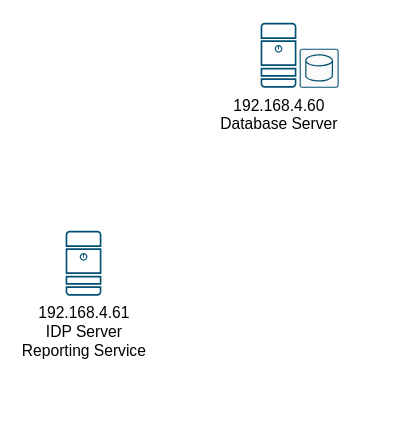
The draw.io diagram Untitled Diagram.drawio in osvcarign/charts, before the edit. Source tidied: cells renumbered, new cells numbered last; positions are measured from the earlier drawing's top-left corner, leaving out a move shared by most shapes. Both pictures are drawn from the tidied source at 130%, with x=0, y=0 at pixel (65, 22).
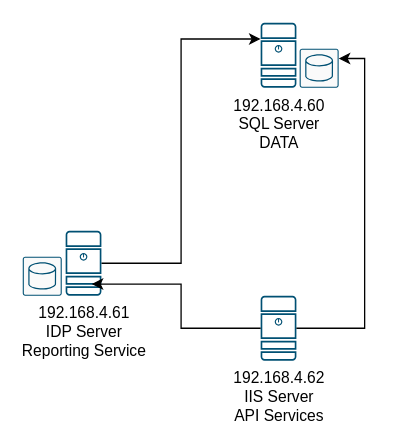
After the change.

Commit message:
IDP, Reporting Service y API Services

Change to the diagram source:
```diff
@@
 <mxGraphModel>
   <root>
     <mxCell id="0" />
     <mxCell id="1" parent="0" />
-    <mxCell id="2" value="192.168.4.61&lt;br&gt;&lt;div&gt;IDP Server&lt;/div&gt;&lt;div&gt;Reporting Service&lt;br&gt;&lt;/div&gt;" style="sketch=0;points=[[0.015,0.015,0],[0.985,0.015,0],[0.985,0.985,0],[0.015,0.985,0],[0.25,0,0],[0.5,0,0],[0.75,0,0],[1,0.25,0],[1,0.5,0],[1,0.75,0],[0.75,1,0],[0.5,1,0],[0.25,1,0],[0,0.75,0],[0,0.5,0],[0,0.25,0]];verticalLabelPosition=bottom;html=1;verticalAlign=top;align=center;shape=mxgraph.cisco19.server;fillColor=#005073;strokeColor=none;" parent="1" vertex="1">
-      <mxGeometry y="160" width="27.5" height="50" as="geometry" />
-    </mxCell>
     <mxCell id="3" style="group;" parent="1" vertex="1">
       <mxGeometry x="150" width="60" height="50" as="geometry" />
     </mxCell>
-    <mxCell id="4" value="192.168.4.60&lt;br&gt;&lt;div&gt;Database Server&lt;/div&gt;" style="sketch=0;points=[[0.015,0.015,0],[0.985,0.015,0],[0.985,0.985,0],[0.015,0.985,0],[0.25,0,0],[0.5,0,0],[0.75,0,0],[1,0.25,0],[1,0.5,0],[1,0.75,0],[0.75,1,0],[0.5,1,0],[0.25,1,0],[0,0.75,0],[0,0.5,0],[0,0.25,0]];verticalLabelPosition=bottom;html=1;verticalAlign=top;align=center;shape=mxgraph.cisco19.server;fillColor=#005073;strokeColor=none;" parent="3" vertex="1">
+    <mxCell id="4" value="192.168.4.60&lt;br&gt;&lt;div&gt;SQL Server&lt;/div&gt;&lt;div&gt;DATA&lt;br&gt;&lt;/div&gt;" style="sketch=0;points=[[0.015,0.015,0],[0.985,0.015,0],[0.985,0.985,0],[0.015,0.985,0],[0.25,0,0],[0.5,0,0],[0.75,0,0],[1,0.25,0],[1,0.5,0],[1,0.75,0],[0.75,1,0],[0.5,1,0],[0.25,1,0],[0,0.75,0],[0,0.5,0],[0,0.25,0]];verticalLabelPosition=bottom;html=1;verticalAlign=top;align=center;shape=mxgraph.cisco19.server;fillColor=#005073;strokeColor=none;" parent="3" vertex="1">
       <mxGeometry width="27.5" height="50" as="geometry" />
     </mxCell>
     <mxCell id="5" style="sketch=0;points=[[0.015,0.015,0],[0.985,0.015,0],[0.985,0.985,0],[0.015,0.985,0],[0.25,0,0],[0.5,0,0],[0.75,0,0],[1,0.25,0],[1,0.5,0],[1,0.75,0],[0.75,1,0],[0.5,1,0],[0.25,1,0],[0,0.75,0],[0,0.5,0],[0,0.25,0]];verticalLabelPosition=bottom;html=1;verticalAlign=top;align=center;shape=mxgraph.cisco19.rect;prIcon=database_relational;fillColor=#FAFAFA;strokeColor=#005073;" parent="3" vertex="1">
       <mxGeometry x="30" y="20" width="30" height="30" as="geometry" />
     </mxCell>
+    <mxCell id="6" style="edgeStyle=orthogonalEdgeStyle;rounded=0;jettySize=auto;html=1;entryX=0;entryY=0.25;entryDx=0;entryDy=0;entryPerimeter=0;" parent="1" edge="1" source="2" target="4">
+      <mxGeometry relative="1" as="geometry" />
+    </mxCell>
+    <mxCell id="7" style="group;" parent="1" vertex="1">
+      <mxGeometry x="-30" y="160" width="57.5" height="50" as="geometry" />
+    </mxCell>
+    <mxCell id="2" value="192.168.4.61&lt;br&gt;&lt;div&gt;IDP Server&lt;/div&gt;&lt;div&gt;Reporting Service&lt;br&gt;&lt;/div&gt;" style="sketch=0;points=[[0.015,0.015,0],[0.985,0.015,0],[0.985,0.985,0],[0.015,0.985,0],[0.25,0,0],[0.5,0,0],[0.75,0,0],[1,0.25,0],[1,0.5,0],[1,0.75,0],[0.75,1,0],[0.5,1,0],[0.25,1,0],[0,0.75,0],[0,0.5,0],[0,0.25,0]];verticalLabelPosition=bottom;html=1;verticalAlign=top;align=center;shape=mxgraph.cisco19.server;fillColor=#005073;strokeColor=none;" parent="7" vertex="1">
+      <mxGeometry x="30" width="27.5" height="50" as="geometry" />
+    </mxCell>
+    <mxCell id="8" style="sketch=0;verticalLabelPosition=bottom;html=1;verticalAlign=top;align=center;shape=mxgraph.cisco19.rect;prIcon=database_relational;fillColor=#FAFAFA;strokeColor=#005073;" parent="7" vertex="1">
+      <mxGeometry x="-3" y="20" width="30" height="30" as="geometry" />
+    </mxCell>
+    <mxCell id="9" value="192.168.4.62&lt;br&gt;&lt;div&gt;IIS Server&lt;br&gt;&lt;/div&gt;&lt;div&gt;API Services&lt;/div&gt;" style="sketch=0;points=[[0.015,0.015,0],[0.985,0.015,0],[0.985,0.985,0],[0.015,0.985,0],[0.25,0,0],[0.5,0,0],[0.75,0,0],[1,0.25,0],[1,0.5,0],[1,0.75,0],[0.75,1,0],[0.5,1,0],[0.25,1,0],[0,0.75,0],[0,0.5,0],[0,0.25,0]];verticalLabelPosition=bottom;html=1;verticalAlign=top;align=center;shape=mxgraph.cisco19.server;fillColor=#005073;strokeColor=none;" parent="1" vertex="1">
+      <mxGeometry x="150" y="210" width="27.5" height="50" as="geometry" />
+    </mxCell>
+    <mxCell id="10" style="edgeStyle=orthogonalEdgeStyle;rounded=0;jettySize=auto;html=1;entryX=0.727;entryY=0.82;entryDx=0;entryDy=0;entryPerimeter=0;" parent="1" edge="1" source="9" target="2">
+      <mxGeometry relative="1" as="geometry" />
+    </mxCell>
+    <mxCell id="11" style="edgeStyle=orthogonalEdgeStyle;rounded=0;jettySize=auto;html=1;entryX=1;entryY=0.25;entryDx=0;entryDy=0;entryPerimeter=0;" parent="1" edge="1" source="9" target="5">
+      <mxGeometry relative="1" as="geometry" />
+    </mxCell>
   </root>
 </mxGraphModel>
```
